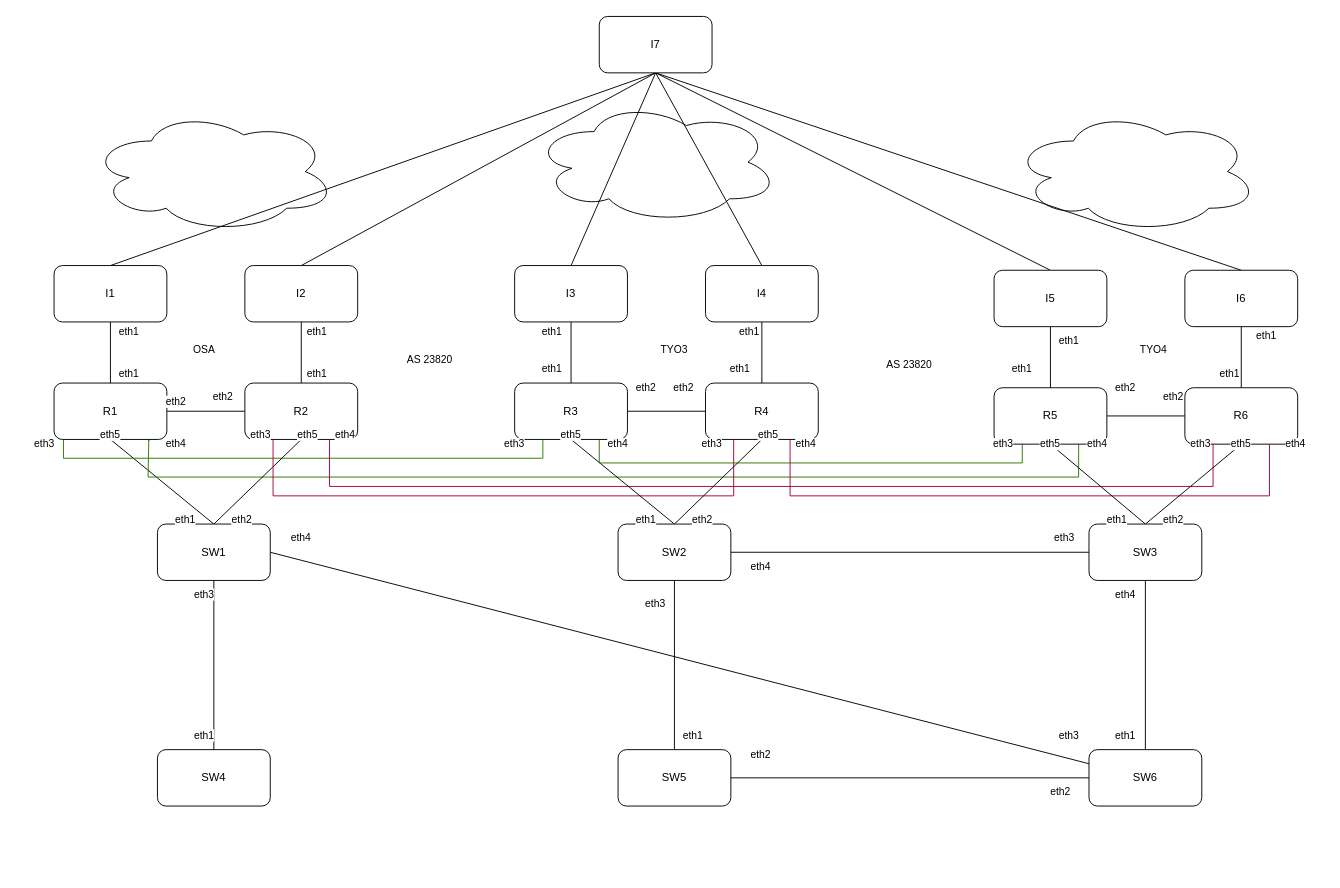
This is FULL_INTERNET/Diagram.drawio from jiegitrepo/network_container_lab, a draw.io file, before an edit. Source tidied: cells renumbered, new cells numbered last; positions are measured from the earlier drawing's top-left corner, leaving out a move shared by most shapes. Both pictures are drawn from the tidied source at 94%, with x=0, y=0 at pixel (16, 16).
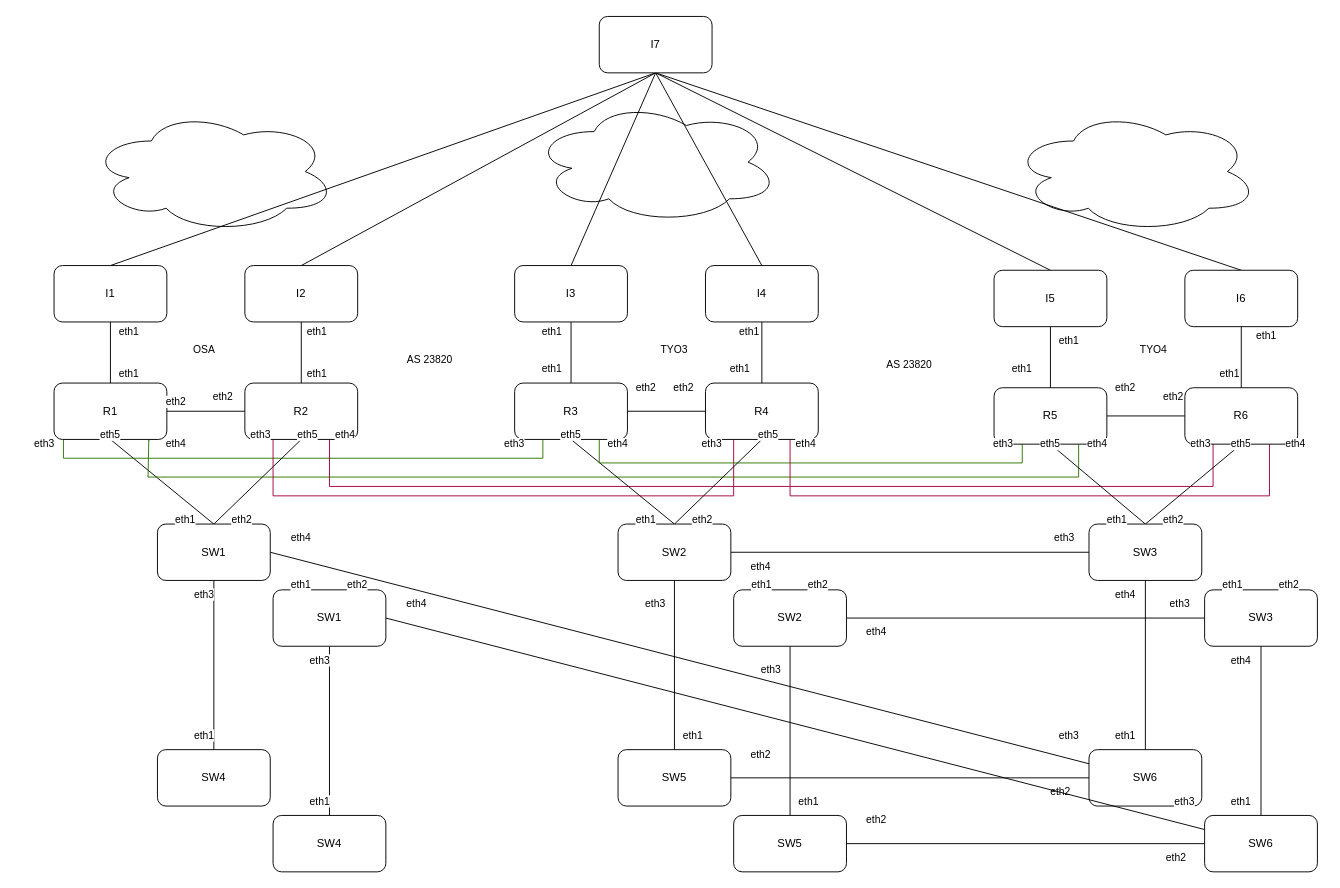
The same diagram, later.

The edit, as a diff of the source:
```diff
@@
+    <mxCell id="116" value="SW4" style="rounded=1;whiteSpace=wrap;html=1;" parent="1" vertex="1">
+      <mxGeometry x="273" y="850" width="120" height="60" as="geometry" />
+    </mxCell>
+    <mxCell id="117" style="rounded=0;jettySize=auto;html=1;exitX=0.5;exitY=1;exitDx=0;exitDy=0;entryX=0.5;entryY=0;entryDx=0;entryDy=0;endArrow=none;endFill=0;" parent="1" edge="1" source="119" target="116">
+      <mxGeometry relative="1" as="geometry" />
+    </mxCell>
+    <mxCell id="118" style="shape=connector;rounded=0;jettySize=auto;html=1;exitX=1;exitY=0.5;exitDx=0;exitDy=0;strokeColor=default;align=center;verticalAlign=middle;fontFamily=Helvetica;fontSize=11;fontColor=default;labelBackgroundColor=default;endArrow=none;endFill=0;entryX=0;entryY=0.25;entryDx=0;entryDy=0;" parent="1" edge="1" source="119" target="127">
+      <mxGeometry relative="1" as="geometry" />
+    </mxCell>
+    <mxCell id="119" value="SW1" style="rounded=1;whiteSpace=wrap;html=1;" parent="1" vertex="1">
+      <mxGeometry x="273" y="610" width="120" height="60" as="geometry" />
+    </mxCell>
+    <mxCell id="120" style="edgeStyle=none;shape=connector;rounded=0;jettySize=auto;html=1;exitX=0.5;exitY=1;exitDx=0;exitDy=0;entryX=0.5;entryY=0;entryDx=0;entryDy=0;strokeColor=default;align=center;verticalAlign=middle;fontFamily=Helvetica;fontSize=11;fontColor=default;labelBackgroundColor=default;endArrow=none;endFill=0;" parent="1" edge="1" source="122" target="123">
+      <mxGeometry relative="1" as="geometry" />
+    </mxCell>
+    <mxCell id="121" style="edgeStyle=none;shape=connector;rounded=0;jettySize=auto;html=1;exitX=1;exitY=0.5;exitDx=0;exitDy=0;entryX=0;entryY=0.5;entryDx=0;entryDy=0;strokeColor=default;align=center;verticalAlign=middle;fontFamily=Helvetica;fontSize=11;fontColor=default;labelBackgroundColor=default;endArrow=none;endFill=0;" parent="1" edge="1" source="122" target="125">
+      <mxGeometry relative="1" as="geometry" />
+    </mxCell>
+    <mxCell id="122" value="SW2" style="rounded=1;whiteSpace=wrap;html=1;" parent="1" vertex="1">
+      <mxGeometry x="763" y="610" width="120" height="60" as="geometry" />
+    </mxCell>
+    <mxCell id="123" value="SW5" style="rounded=1;whiteSpace=wrap;html=1;" parent="1" vertex="1">
+      <mxGeometry x="763" y="850" width="120" height="60" as="geometry" />
+    </mxCell>
+    <mxCell id="124" style="edgeStyle=none;shape=connector;rounded=0;jettySize=auto;html=1;exitX=0.5;exitY=1;exitDx=0;exitDy=0;entryX=0.5;entryY=0;entryDx=0;entryDy=0;strokeColor=default;align=center;verticalAlign=middle;fontFamily=Helvetica;fontSize=11;fontColor=default;labelBackgroundColor=default;endArrow=none;endFill=0;" parent="1" edge="1" source="125" target="127">
+      <mxGeometry relative="1" as="geometry" />
+    </mxCell>
+    <mxCell id="125" value="SW3" style="rounded=1;whiteSpace=wrap;html=1;" parent="1" vertex="1">
+      <mxGeometry x="1264" y="610" width="120" height="60" as="geometry" />
+    </mxCell>
+    <mxCell id="126" style="edgeStyle=none;shape=connector;rounded=0;jettySize=auto;html=1;exitX=0;exitY=0.5;exitDx=0;exitDy=0;entryX=1;entryY=0.5;entryDx=0;entryDy=0;strokeColor=default;align=center;verticalAlign=middle;fontFamily=Helvetica;fontSize=11;fontColor=default;labelBackgroundColor=default;endArrow=none;endFill=0;" parent="1" edge="1" source="127" target="123">
+      <mxGeometry relative="1" as="geometry" />
+    </mxCell>
+    <mxCell id="127" value="SW6" style="rounded=1;whiteSpace=wrap;html=1;" parent="1" vertex="1">
+      <mxGeometry x="1264" y="850" width="120" height="60" as="geometry" />
+    </mxCell>
+    <mxCell id="128" value="eth1" style="text;html=1;whiteSpace=wrap;strokeColor=none;fillColor=none;align=center;verticalAlign=middle;rounded=0;fontFamily=Helvetica;fontSize=11;fontColor=default;labelBackgroundColor=default;" parent="1" vertex="1">
+      <mxGeometry x="273" y="590" width="60" height="30" as="geometry" />
+    </mxCell>
+    <mxCell id="129" value="eth2" style="text;html=1;whiteSpace=wrap;strokeColor=none;fillColor=none;align=center;verticalAlign=middle;rounded=0;fontFamily=Helvetica;fontSize=11;fontColor=default;labelBackgroundColor=default;" parent="1" vertex="1">
+      <mxGeometry x="333" y="590" width="60" height="30" as="geometry" />
+    </mxCell>
+    <mxCell id="130" value="eth1" style="text;html=1;whiteSpace=wrap;strokeColor=none;fillColor=none;align=center;verticalAlign=middle;rounded=0;fontFamily=Helvetica;fontSize=11;fontColor=default;labelBackgroundColor=default;" parent="1" vertex="1">
+      <mxGeometry x="763" y="590" width="60" height="30" as="geometry" />
+    </mxCell>
+    <mxCell id="131" value="eth2" style="text;html=1;whiteSpace=wrap;strokeColor=none;fillColor=none;align=center;verticalAlign=middle;rounded=0;fontFamily=Helvetica;fontSize=11;fontColor=default;labelBackgroundColor=default;" parent="1" vertex="1">
+      <mxGeometry x="823" y="590" width="60" height="30" as="geometry" />
+    </mxCell>
+    <mxCell id="132" value="eth1" style="text;html=1;whiteSpace=wrap;strokeColor=none;fillColor=none;align=center;verticalAlign=middle;rounded=0;fontFamily=Helvetica;fontSize=11;fontColor=default;labelBackgroundColor=default;" parent="1" vertex="1">
+      <mxGeometry x="1264" y="590" width="60" height="30" as="geometry" />
+    </mxCell>
+    <mxCell id="133" value="eth2" style="text;html=1;whiteSpace=wrap;strokeColor=none;fillColor=none;align=center;verticalAlign=middle;rounded=0;fontFamily=Helvetica;fontSize=11;fontColor=default;labelBackgroundColor=default;" parent="1" vertex="1">
+      <mxGeometry x="1324" y="590" width="60" height="30" as="geometry" />
+    </mxCell>
+    <mxCell id="134" value="eth3" style="text;html=1;whiteSpace=wrap;strokeColor=none;fillColor=none;align=center;verticalAlign=middle;rounded=0;fontFamily=Helvetica;fontSize=11;fontColor=default;labelBackgroundColor=default;" parent="1" vertex="1">
+      <mxGeometry x="293" y="670" width="60" height="30" as="geometry" />
+    </mxCell>
+    <mxCell id="135" value="eth1" style="text;html=1;whiteSpace=wrap;strokeColor=none;fillColor=none;align=center;verticalAlign=middle;rounded=0;fontFamily=Helvetica;fontSize=11;fontColor=default;labelBackgroundColor=default;" parent="1" vertex="1">
+      <mxGeometry x="293" y="820" width="60" height="30" as="geometry" />
+    </mxCell>
+    <mxCell id="136" value="eth3" style="text;html=1;whiteSpace=wrap;strokeColor=none;fillColor=none;align=center;verticalAlign=middle;rounded=0;fontFamily=Helvetica;fontSize=11;fontColor=default;labelBackgroundColor=default;" parent="1" vertex="1">
+      <mxGeometry x="773" y="680" width="60" height="30" as="geometry" />
+    </mxCell>
+    <mxCell id="137" value="eth1" style="text;html=1;whiteSpace=wrap;strokeColor=none;fillColor=none;align=center;verticalAlign=middle;rounded=0;fontFamily=Helvetica;fontSize=11;fontColor=default;labelBackgroundColor=default;" parent="1" vertex="1">
+      <mxGeometry x="813" y="820" width="60" height="30" as="geometry" />
+    </mxCell>
+    <mxCell id="138" value="eth2" style="text;html=1;whiteSpace=wrap;strokeColor=none;fillColor=none;align=center;verticalAlign=middle;rounded=0;fontFamily=Helvetica;fontSize=11;fontColor=default;labelBackgroundColor=default;" parent="1" vertex="1">
+      <mxGeometry x="885" y="840" width="60" height="30" as="geometry" />
+    </mxCell>
+    <mxCell id="139" value="eth4" style="text;html=1;whiteSpace=wrap;strokeColor=none;fillColor=none;align=center;verticalAlign=middle;rounded=0;fontFamily=Helvetica;fontSize=11;fontColor=default;labelBackgroundColor=default;rotation=0;" parent="1" vertex="1">
+      <mxGeometry x="885" y="640" width="60" height="30" as="geometry" />
+    </mxCell>
+    <mxCell id="140" value="eth3" style="text;html=1;whiteSpace=wrap;strokeColor=none;fillColor=none;align=center;verticalAlign=middle;rounded=0;fontFamily=Helvetica;fontSize=11;fontColor=default;labelBackgroundColor=default;" parent="1" vertex="1">
+      <mxGeometry x="1208" y="610" width="60" height="30" as="geometry" />
+    </mxCell>
+    <mxCell id="141" value="eth4" style="text;html=1;whiteSpace=wrap;strokeColor=none;fillColor=none;align=center;verticalAlign=middle;rounded=0;fontFamily=Helvetica;fontSize=11;fontColor=default;labelBackgroundColor=default;rotation=0;" parent="1" vertex="1">
+      <mxGeometry x="1273" y="670" width="60" height="30" as="geometry" />
+    </mxCell>
+    <mxCell id="142" value="eth1" style="text;html=1;whiteSpace=wrap;strokeColor=none;fillColor=none;align=center;verticalAlign=middle;rounded=0;fontFamily=Helvetica;fontSize=11;fontColor=default;labelBackgroundColor=default;" parent="1" vertex="1">
+      <mxGeometry x="1273" y="820" width="60" height="30" as="geometry" />
+    </mxCell>
+    <mxCell id="143" value="eth2" style="text;html=1;whiteSpace=wrap;strokeColor=none;fillColor=none;align=center;verticalAlign=middle;rounded=0;fontFamily=Helvetica;fontSize=11;fontColor=default;labelBackgroundColor=default;" parent="1" vertex="1">
+      <mxGeometry x="1204" y="880" width="60" height="30" as="geometry" />
+    </mxCell>
+    <mxCell id="144" value="eth4" style="text;html=1;whiteSpace=wrap;strokeColor=none;fillColor=none;align=center;verticalAlign=middle;rounded=0;fontFamily=Helvetica;fontSize=11;fontColor=default;labelBackgroundColor=default;rotation=0;" parent="1" vertex="1">
+      <mxGeometry x="396" y="610" width="60" height="30" as="geometry" />
+    </mxCell>
+    <mxCell id="145" value="eth3" style="text;html=1;whiteSpace=wrap;strokeColor=none;fillColor=none;align=center;verticalAlign=middle;rounded=0;fontFamily=Helvetica;fontSize=11;fontColor=default;labelBackgroundColor=default;" parent="1" vertex="1">
+      <mxGeometry x="1213" y="820" width="60" height="30" as="geometry" />
+    </mxCell>
```
